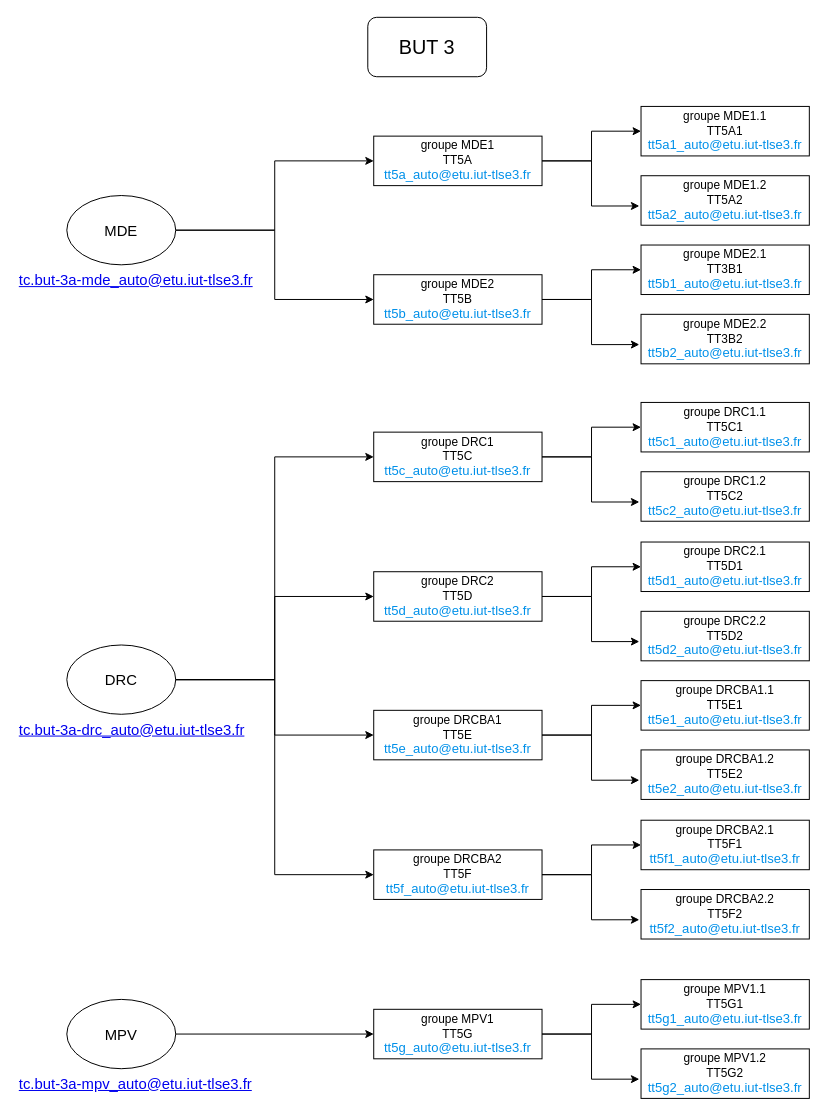
The draw.io diagram BUT3.drawio in gI7DUmmY/diagrams, before the edit. Source tidied: cells renumbered, new cells numbered last; positions are measured from the earlier drawing's top-left corner, leaving out a move shared by most shapes. Both pictures are drawn from the tidied source at 99%, with x=0, y=0 at pixel (17, 17).
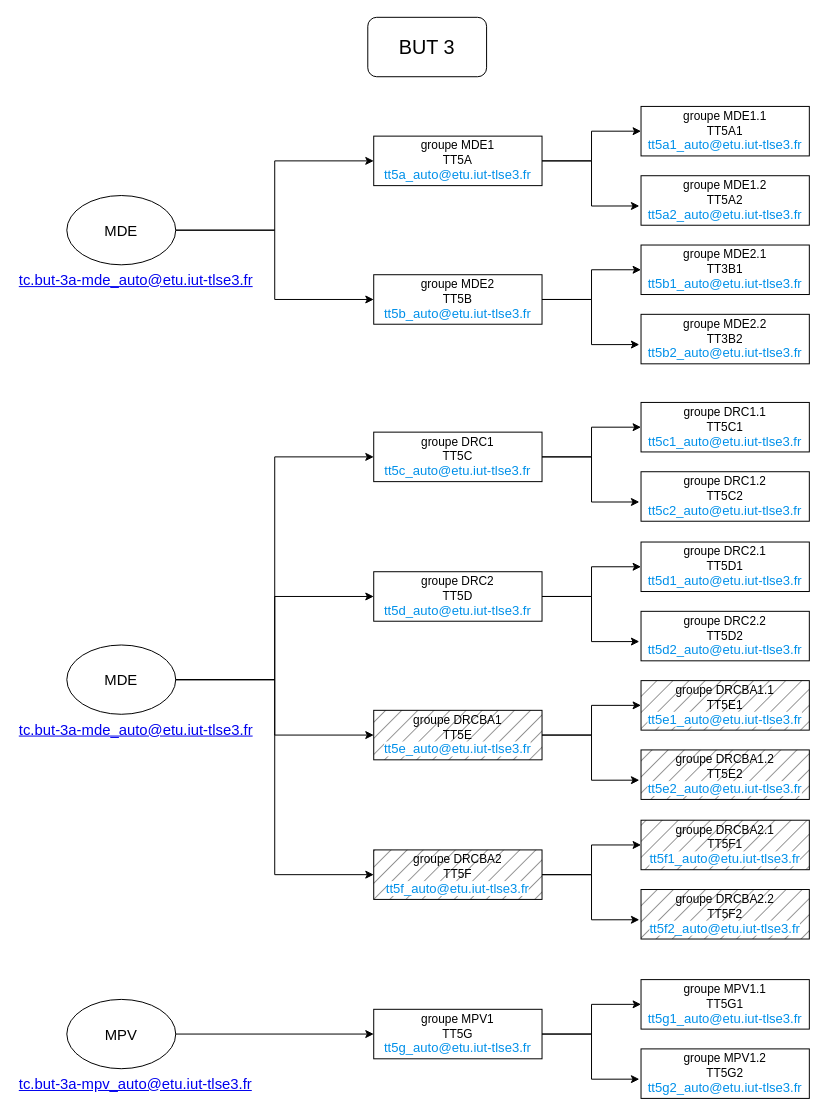
Above is the later version.

Commit message (it also covers changes not shown here):
Mettre à jour BUT3.drawio

Diff of the diagram source:
```diff
@@
-    <mxCell id="8" value="DRC" style="ellipse;whiteSpace=wrap;html=1;fontSize=15;" parent="1" vertex="1">
+    <mxCell id="8" value="MDE" style="ellipse;whiteSpace=wrap;html=1;fontSize=15;" parent="1" vertex="1">
       <mxGeometry x="50" y="634" width="110" height="70" as="geometry" />
     </mxCell>
@@
-    <mxCell id="13" value="&lt;a href=&quot;mailto:tc.but-3a-drc_auto@etu.iut-tlse3.fr&quot;&gt;tc.but-3a-drc_auto@etu.iut-tlse3.fr&lt;/a&gt;" style="text;html=1;strokeColor=none;fillColor=none;align=left;verticalAlign=middle;whiteSpace=wrap;rounded=0;fontSize=15;fontColor=#055AB2;" parent="1" vertex="1">
+    <mxCell id="13" value="&lt;a href=&quot;mailto:tc.but-3a-mde_auto@etu.iut-tlse3.fr&quot;&gt;tc.but-3a-mde_auto@etu.iut-tlse3.fr&lt;/a&gt;" style="text;html=1;strokeColor=none;fillColor=none;align=left;verticalAlign=middle;whiteSpace=wrap;rounded=0;fontSize=15;fontColor=#055AB2;" parent="1" vertex="1">
       <mxGeometry y="704" width="260" height="30" as="geometry" />
     </mxCell>
@@
-    <mxCell id="42" value="groupe DRCBA1&lt;br style=&quot;border-color: var(--border-color);&quot;&gt;TT5E&lt;br style=&quot;border-color: var(--border-color);&quot;&gt;&lt;a href=&quot;mailto:tt5e_auto@etu.iut-tlse3.fr&quot; style=&quot;border: 0px; box-sizing: inherit; font-family: Raleway, sans-serif; font-size: 1.1em; background-color: rgb(255, 255, 255); line-height: inherit; color: rgb(0, 144, 233); text-decoration-line: none; cursor: pointer; margin: 0px; padding: 0px; text-size-adjust: 100%; font-variant-numeric: inherit; font-variant-east-asian: inherit; font-variant-alternates: inherit; font-variant-position: inherit; font-stretch: inherit; font-optical-sizing: inherit; font-kerning: inherit; font-feature-settings: inherit; font-variation-settings: inherit; vertical-align: baseline; transition: background-color 300ms ease-out 0s; -webkit-tap-highlight-color: rgba(0, 0, 0, 0); text-align: left;&quot;&gt;tt5e_auto@etu.iut-tlse3.fr&lt;/a&gt;" style="rounded=0;whiteSpace=wrap;html=1;" parent="1" vertex="1">
+    <mxCell id="42" value="groupe DRCBA1&lt;br style=&quot;border-color: var(--border-color);&quot;&gt;TT5E&lt;br style=&quot;border-color: var(--border-color);&quot;&gt;&lt;a href=&quot;mailto:tt5e_auto@etu.iut-tlse3.fr&quot; style=&quot;border: 0px; box-sizing: inherit; font-family: Raleway, sans-serif; font-size: 1.1em; background-color: rgb(255, 255, 255); line-height: inherit; color: rgb(0, 144, 233); text-decoration-line: none; cursor: pointer; margin: 0px; padding: 0px; text-size-adjust: 100%; font-variant-numeric: inherit; font-variant-east-asian: inherit; font-variant-alternates: inherit; font-variant-position: inherit; font-stretch: inherit; font-optical-sizing: inherit; font-kerning: inherit; font-feature-settings: inherit; font-variation-settings: inherit; vertical-align: baseline; transition: background-color 300ms ease-out 0s; -webkit-tap-highlight-color: rgba(0, 0, 0, 0); text-align: left;&quot;&gt;tt5e_auto@etu.iut-tlse3.fr&lt;/a&gt;" style="rounded=0;whiteSpace=wrap;html=1;fillStyle=hatch;fillColor=#747474;" parent="1" vertex="1">
       <mxGeometry x="360" y="700" width="170" height="50" as="geometry" />
     </mxCell>
-    <mxCell id="43" value="groupe DRCBA1.1&lt;br style=&quot;border-color: var(--border-color);&quot;&gt;TT5E1&lt;br style=&quot;border-color: var(--border-color);&quot;&gt;&lt;a style=&quot;box-sizing: inherit; font-family: Raleway, sans-serif; font-size: 1.1em; background-color: rgb(255, 255, 255); line-height: inherit; color: rgb(0, 144, 233); text-decoration-line: none; cursor: pointer; margin: 0px; padding: 0px; border: 0px; text-size-adjust: 100%; font-variant-numeric: inherit; font-variant-east-asian: inherit; font-variant-alternates: inherit; font-variant-position: inherit; font-stretch: inherit; font-optical-sizing: inherit; font-kerning: inherit; font-feature-settings: inherit; font-variation-settings: inherit; vertical-align: baseline; transition: background-color 300ms ease-out 0s; -webkit-tap-highlight-color: rgba(0, 0, 0, 0); text-align: left;&quot; href=&quot;mailto:tt5e1_auto@etu.iut-tlse3.fr&quot;&gt;tt5e1_auto@etu.iut-tlse3.fr&lt;/a&gt;" style="rounded=0;whiteSpace=wrap;html=1;" parent="1" vertex="1">
+    <mxCell id="43" value="groupe DRCBA1.1&lt;br style=&quot;border-color: var(--border-color);&quot;&gt;TT5E1&lt;br style=&quot;border-color: var(--border-color);&quot;&gt;&lt;a style=&quot;box-sizing: inherit; font-family: Raleway, sans-serif; font-size: 1.1em; background-color: rgb(255, 255, 255); line-height: inherit; color: rgb(0, 144, 233); text-decoration-line: none; cursor: pointer; margin: 0px; padding: 0px; border: 0px; text-size-adjust: 100%; font-variant-numeric: inherit; font-variant-east-asian: inherit; font-variant-alternates: inherit; font-variant-position: inherit; font-stretch: inherit; font-optical-sizing: inherit; font-kerning: inherit; font-feature-settings: inherit; font-variation-settings: inherit; vertical-align: baseline; transition: background-color 300ms ease-out 0s; -webkit-tap-highlight-color: rgba(0, 0, 0, 0); text-align: left;&quot; href=&quot;mailto:tt5e1_auto@etu.iut-tlse3.fr&quot;&gt;tt5e1_auto@etu.iut-tlse3.fr&lt;/a&gt;" style="rounded=0;whiteSpace=wrap;html=1;fillStyle=hatch;fillColor=#747474;" parent="1" vertex="1">
       <mxGeometry x="630" y="670" width="170" height="50" as="geometry" />
     </mxCell>
-    <mxCell id="44" value="groupe DRCBA1.2&lt;br style=&quot;border-color: var(--border-color);&quot;&gt;TT5E2&lt;br style=&quot;border-color: var(--border-color);&quot;&gt;&lt;a href=&quot;mailto:tt5e2_auto@etu.iut-tlse3.fr&quot; style=&quot;box-sizing: inherit; font-family: Raleway, sans-serif; font-size: 1.1em; background-color: rgb(255, 255, 255); line-height: inherit; color: rgb(0, 144, 233); text-decoration-line: none; cursor: pointer; margin: 0px; padding: 0px; border: 0px; text-size-adjust: 100%; font-variant-numeric: inherit; font-variant-east-asian: inherit; font-variant-alternates: inherit; font-variant-position: inherit; font-stretch: inherit; font-optical-sizing: inherit; font-kerning: inherit; font-feature-settings: inherit; font-variation-settings: inherit; vertical-align: baseline; transition: background-color 300ms ease-out 0s; -webkit-tap-highlight-color: rgba(0, 0, 0, 0); text-align: left;&quot;&gt;tt5e2_auto@etu.iut-tlse3.fr&lt;/a&gt;" style="rounded=0;whiteSpace=wrap;html=1;" parent="1" vertex="1">
+    <mxCell id="44" value="groupe DRCBA1.2&lt;br style=&quot;border-color: var(--border-color);&quot;&gt;TT5E2&lt;br style=&quot;border-color: var(--border-color);&quot;&gt;&lt;a href=&quot;mailto:tt5e2_auto@etu.iut-tlse3.fr&quot; style=&quot;box-sizing: inherit; font-family: Raleway, sans-serif; font-size: 1.1em; background-color: rgb(255, 255, 255); line-height: inherit; color: rgb(0, 144, 233); text-decoration-line: none; cursor: pointer; margin: 0px; padding: 0px; border: 0px; text-size-adjust: 100%; font-variant-numeric: inherit; font-variant-east-asian: inherit; font-variant-alternates: inherit; font-variant-position: inherit; font-stretch: inherit; font-optical-sizing: inherit; font-kerning: inherit; font-feature-settings: inherit; font-variation-settings: inherit; vertical-align: baseline; transition: background-color 300ms ease-out 0s; -webkit-tap-highlight-color: rgba(0, 0, 0, 0); text-align: left;&quot;&gt;tt5e2_auto@etu.iut-tlse3.fr&lt;/a&gt;" style="rounded=0;whiteSpace=wrap;html=1;fillStyle=hatch;fillColor=#747474;" parent="1" vertex="1">
       <mxGeometry x="630" y="740" width="170" height="50" as="geometry" />
     </mxCell>
@@
-    <mxCell id="47" value="groupe DRCBA2&lt;br style=&quot;border-color: var(--border-color);&quot;&gt;TT5F&lt;br style=&quot;border-color: var(--border-color);&quot;&gt;&lt;a href=&quot;mailto:tt5f_auto@etu.iut-tlse3.fr&quot; style=&quot;border: 0px; box-sizing: inherit; font-family: Raleway, sans-serif; font-size: 1.1em; background-color: rgb(255, 255, 255); line-height: inherit; color: rgb(0, 144, 233); text-decoration-line: none; cursor: pointer; margin: 0px; padding: 0px; text-size-adjust: 100%; font-variant-numeric: inherit; font-variant-east-asian: inherit; font-variant-alternates: inherit; font-variant-position: inherit; font-stretch: inherit; font-optical-sizing: inherit; font-kerning: inherit; font-feature-settings: inherit; font-variation-settings: inherit; vertical-align: baseline; transition: background-color 300ms ease-out 0s; -webkit-tap-highlight-color: rgba(0, 0, 0, 0); text-align: left;&quot;&gt;tt5f_auto@etu.iut-tlse3.fr&lt;/a&gt;" style="rounded=0;whiteSpace=wrap;html=1;" parent="1" vertex="1">
+    <mxCell id="47" value="groupe DRCBA2&lt;br style=&quot;border-color: var(--border-color);&quot;&gt;TT5F&lt;br style=&quot;border-color: var(--border-color);&quot;&gt;&lt;a href=&quot;mailto:tt5f_auto@etu.iut-tlse3.fr&quot; style=&quot;border: 0px; box-sizing: inherit; font-family: Raleway, sans-serif; font-size: 1.1em; background-color: rgb(255, 255, 255); line-height: inherit; color: rgb(0, 144, 233); text-decoration-line: none; cursor: pointer; margin: 0px; padding: 0px; text-size-adjust: 100%; font-variant-numeric: inherit; font-variant-east-asian: inherit; font-variant-alternates: inherit; font-variant-position: inherit; font-stretch: inherit; font-optical-sizing: inherit; font-kerning: inherit; font-feature-settings: inherit; font-variation-settings: inherit; vertical-align: baseline; transition: background-color 300ms ease-out 0s; -webkit-tap-highlight-color: rgba(0, 0, 0, 0); text-align: left;&quot;&gt;tt5f_auto@etu.iut-tlse3.fr&lt;/a&gt;" style="rounded=0;whiteSpace=wrap;html=1;fillStyle=hatch;fillColor=#747474;" parent="1" vertex="1">
       <mxGeometry x="360" y="841" width="170" height="50" as="geometry" />
     </mxCell>
-    <mxCell id="48" value="groupe DRCBA2.1&lt;br style=&quot;border-color: var(--border-color);&quot;&gt;TT5F1&lt;br style=&quot;border-color: var(--border-color);&quot;&gt;&lt;a style=&quot;box-sizing: inherit; font-family: Raleway, sans-serif; font-size: 1.1em; background-color: rgb(255, 255, 255); line-height: inherit; color: rgb(0, 144, 233); text-decoration-line: none; cursor: pointer; margin: 0px; padding: 0px; border: 0px; text-size-adjust: 100%; font-variant-numeric: inherit; font-variant-east-asian: inherit; font-variant-alternates: inherit; font-variant-position: inherit; font-stretch: inherit; font-optical-sizing: inherit; font-kerning: inherit; font-feature-settings: inherit; font-variation-settings: inherit; vertical-align: baseline; transition: background-color 300ms ease-out 0s; -webkit-tap-highlight-color: rgba(0, 0, 0, 0); text-align: left;&quot; href=&quot;mailto:tt5f1_auto@etu.iut-tlse3.fr&quot;&gt;tt5f1_auto@etu.iut-tlse3.fr&lt;/a&gt;" style="rounded=0;whiteSpace=wrap;html=1;" parent="1" vertex="1">
+    <mxCell id="48" value="groupe DRCBA2.1&lt;br style=&quot;border-color: var(--border-color);&quot;&gt;TT5F1&lt;br style=&quot;border-color: var(--border-color);&quot;&gt;&lt;a style=&quot;box-sizing: inherit; font-family: Raleway, sans-serif; font-size: 1.1em; background-color: rgb(255, 255, 255); line-height: inherit; color: rgb(0, 144, 233); text-decoration-line: none; cursor: pointer; margin: 0px; padding: 0px; border: 0px; text-size-adjust: 100%; font-variant-numeric: inherit; font-variant-east-asian: inherit; font-variant-alternates: inherit; font-variant-position: inherit; font-stretch: inherit; font-optical-sizing: inherit; font-kerning: inherit; font-feature-settings: inherit; font-variation-settings: inherit; vertical-align: baseline; transition: background-color 300ms ease-out 0s; -webkit-tap-highlight-color: rgba(0, 0, 0, 0); text-align: left;&quot; href=&quot;mailto:tt5f1_auto@etu.iut-tlse3.fr&quot;&gt;tt5f1_auto@etu.iut-tlse3.fr&lt;/a&gt;" style="rounded=0;whiteSpace=wrap;html=1;fillStyle=hatch;fillColor=#747474;" parent="1" vertex="1">
       <mxGeometry x="630" y="811" width="170" height="50" as="geometry" />
     </mxCell>
-    <mxCell id="49" value="groupe DRCBA2.2&lt;br style=&quot;border-color: var(--border-color);&quot;&gt;TT5F2&lt;br style=&quot;border-color: var(--border-color);&quot;&gt;&lt;a href=&quot;mailto:tt5f2_auto@etu.iut-tlse3.fr&quot; style=&quot;box-sizing: inherit; font-family: Raleway, sans-serif; font-size: 1.1em; background-color: rgb(255, 255, 255); line-height: inherit; color: rgb(0, 144, 233); text-decoration-line: none; cursor: pointer; margin: 0px; padding: 0px; border: 0px; text-size-adjust: 100%; font-variant-numeric: inherit; font-variant-east-asian: inherit; font-variant-alternates: inherit; font-variant-position: inherit; font-stretch: inherit; font-optical-sizing: inherit; font-kerning: inherit; font-feature-settings: inherit; font-variation-settings: inherit; vertical-align: baseline; transition: background-color 300ms ease-out 0s; -webkit-tap-highlight-color: rgba(0, 0, 0, 0); text-align: left;&quot;&gt;tt5f2_auto@etu.iut-tlse3.fr&lt;/a&gt;" style="rounded=0;whiteSpace=wrap;html=1;" parent="1" vertex="1">
+    <mxCell id="49" value="groupe DRCBA2.2&lt;br style=&quot;border-color: var(--border-color);&quot;&gt;TT5F2&lt;br style=&quot;border-color: var(--border-color);&quot;&gt;&lt;a href=&quot;mailto:tt5f2_auto@etu.iut-tlse3.fr&quot; style=&quot;box-sizing: inherit; font-family: Raleway, sans-serif; font-size: 1.1em; background-color: rgb(255, 255, 255); line-height: inherit; color: rgb(0, 144, 233); text-decoration-line: none; cursor: pointer; margin: 0px; padding: 0px; border: 0px; text-size-adjust: 100%; font-variant-numeric: inherit; font-variant-east-asian: inherit; font-variant-alternates: inherit; font-variant-position: inherit; font-stretch: inherit; font-optical-sizing: inherit; font-kerning: inherit; font-feature-settings: inherit; font-variation-settings: inherit; vertical-align: baseline; transition: background-color 300ms ease-out 0s; -webkit-tap-highlight-color: rgba(0, 0, 0, 0); text-align: left;&quot;&gt;tt5f2_auto@etu.iut-tlse3.fr&lt;/a&gt;" style="rounded=0;whiteSpace=wrap;html=1;fillStyle=hatch;fillColor=#747474;" parent="1" vertex="1">
       <mxGeometry x="630" y="881" width="170" height="50" as="geometry" />
     </mxCell>
```
